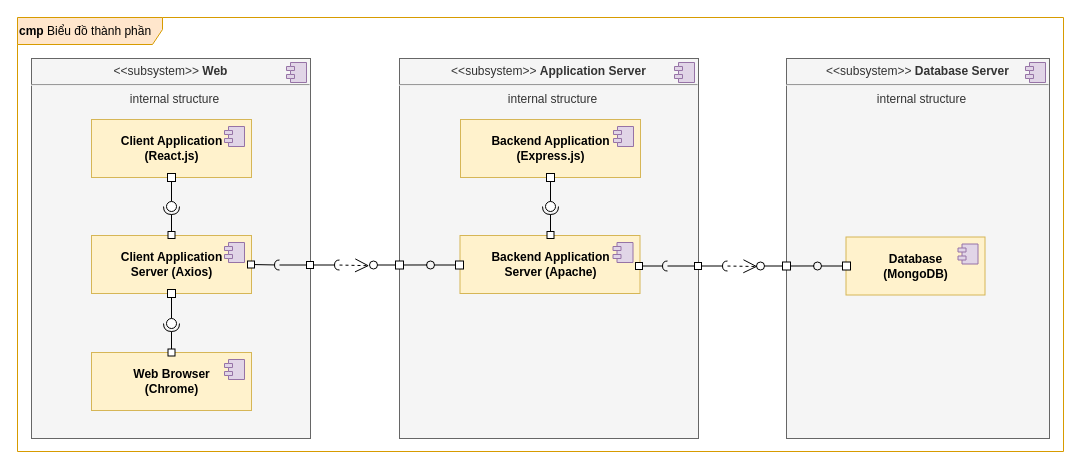
The draw.io diagram page "Component" (7 of 7) of designs/medicine16.drawio in luclegen/medicine16, before the edit. Source tidied: cells renumbered, new cells numbered last; positions are measured from the earlier drawing's top-left corner, leaving out a move shared by most shapes. Both pictures are drawn from the tidied source at 100%, with x=0, y=0 at pixel (17, 17).
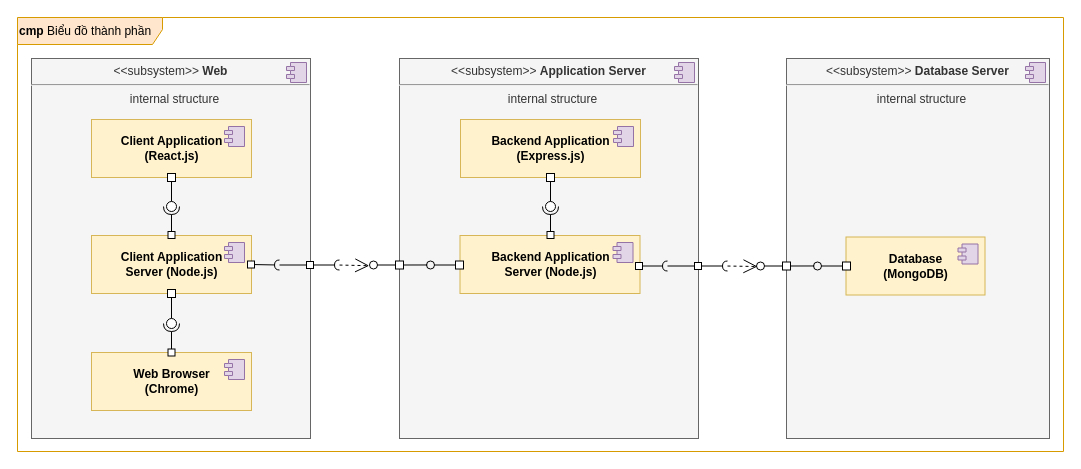
Above is the later version.

Commit message:
Update cmp Biểu đồ thành phần

The edit, as a diff of the source:
```diff
@@
-    <mxCell id="8" value="&lt;b&gt;Client Application&lt;br&gt;Server (Axios)&lt;br&gt;&lt;/b&gt;" style="html=1;fillColor=#fff2cc;strokeColor=#d6b656;" parent="1" vertex="1">
+    <mxCell id="8" value="&lt;b&gt;Client Application&lt;br&gt;Server (&lt;/b&gt;&lt;b&gt;Node.js&lt;/b&gt;&lt;b&gt;)&lt;br&gt;&lt;/b&gt;" style="html=1;fillColor=#fff2cc;strokeColor=#d6b656;" parent="1" vertex="1">
       <mxGeometry x="74" y="218" width="160" height="58" as="geometry" />
     </mxCell>
@@
-    <mxCell id="27" value="&lt;b&gt;Backend Application&lt;br&gt;Server (Apache)&lt;/b&gt;" style="html=1;fillColor=#fff2cc;strokeColor=#d6b656;" parent="1" vertex="1">
+    <mxCell id="27" value="&lt;b&gt;Backend Application&lt;br&gt;Server (Node.js)&lt;/b&gt;" style="html=1;fillColor=#fff2cc;strokeColor=#d6b656;" parent="1" vertex="1">
       <mxGeometry x="442.5" y="218" width="180" height="58" as="geometry" />
     </mxCell>
```
